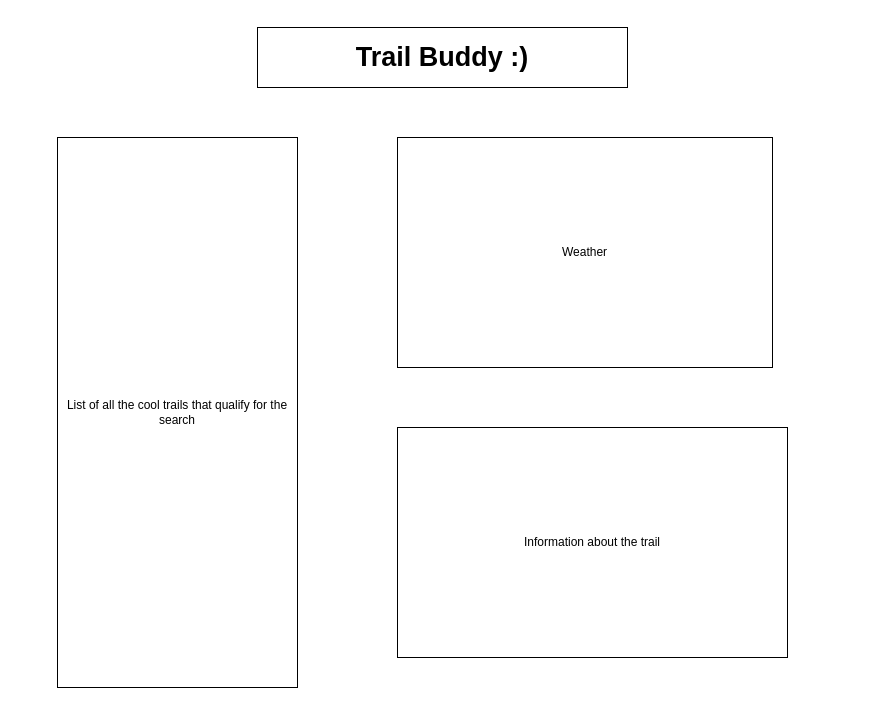
The draw.io diagram documents/MvpWireframe.drawio in Jonathan6/Trail-Buddy, before the edit. Source tidied: cells renumbered, new cells numbered last; positions are measured from the earlier drawing's top-left corner, leaving out a move shared by most shapes. Both pictures are drawn from the tidied source at 100%, with x=0, y=0 at pixel (57, 27).
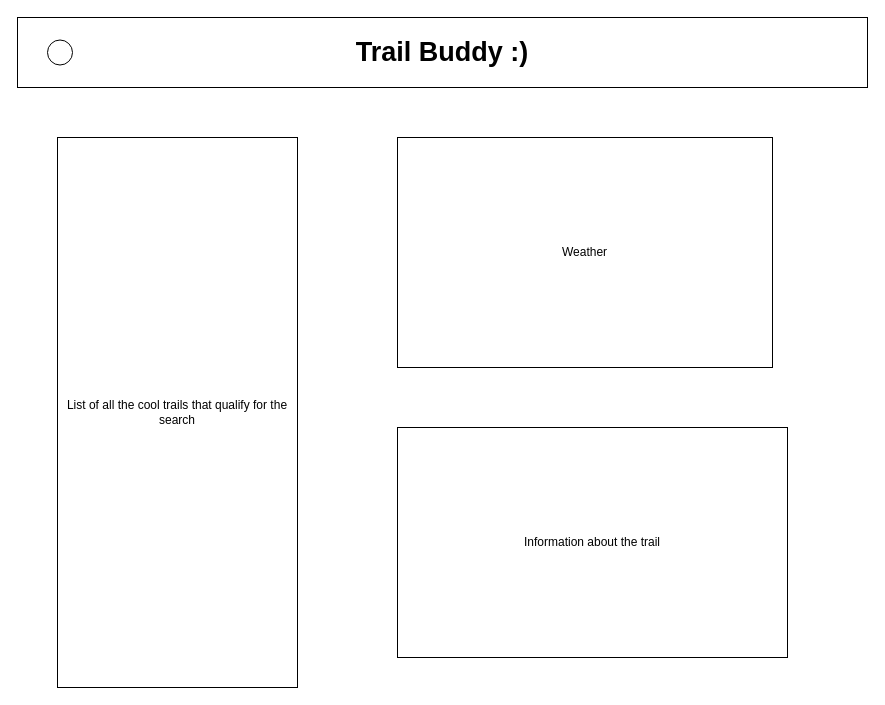
After the change.

Diff of the diagram source:
```diff
@@
 <mxGraphModel>
   <root>
     <mxCell id="0" />
     <mxCell id="1" parent="0" />
     <mxCell id="2" value="&lt;b&gt;&lt;font style=&quot;font-size: 27px&quot;&gt;Trail Buddy :)&lt;/font&gt;&lt;/b&gt;" style="whiteSpace=wrap;html=1;" parent="1" vertex="1">
-      <mxGeometry x="200" width="370" height="60" as="geometry" />
+      <mxGeometry x="-40" y="-10" width="850" height="70" as="geometry" />
     </mxCell>
     <mxCell id="3" value="List of all the cool trails that qualify for the search" style="whiteSpace=wrap;html=1;" parent="1" vertex="1">
       <mxGeometry y="110" width="240" height="550" as="geometry" />
     </mxCell>
     <mxCell id="4" value="Weather" style="whiteSpace=wrap;html=1;" parent="1" vertex="1">
       <mxGeometry x="340" y="110" width="375" height="230" as="geometry" />
     </mxCell>
     <mxCell id="5" value="Information about the trail" style="whiteSpace=wrap;html=1;" parent="1" vertex="1">
       <mxGeometry x="340" y="400" width="390" height="230" as="geometry" />
     </mxCell>
+    <mxCell id="6" style="ellipse;whiteSpace=wrap;html=1;" parent="1" vertex="1">
+      <mxGeometry x="-10" y="12.5" width="25" height="25" as="geometry" />
+    </mxCell>
   </root>
 </mxGraphModel>
```
